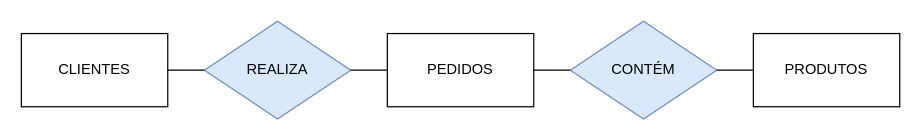
Before: Diagrama sem nome.drawio in gitsamara/exercicios-bd-relacional, a draw.io diagram. Source tidied: cells renumbered, new cells numbered last; positions are measured from the earlier drawing's top-left corner, leaving out a move shared by most shapes. Both pictures are drawn from the tidied source at 122%, with x=0, y=0 at pixel (21, 21).
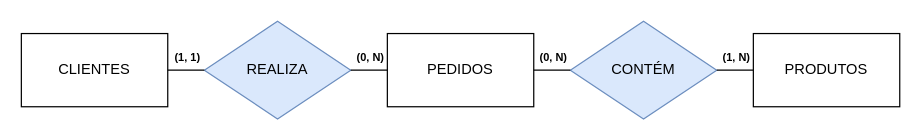
After the change.

Change to the diagram source:
```diff
@@
 <mxGraphModel>
   <root>
     <mxCell id="0" />
     <mxCell id="1" parent="0" />
     <mxCell id="2" value="CLIENTES" style="rounded=0;whiteSpace=wrap;html=1;" parent="1" vertex="1">
       <mxGeometry y="10" width="120" height="60" as="geometry" />
     </mxCell>
     <mxCell id="3" value="PRODUTOS" style="rounded=0;whiteSpace=wrap;html=1;" parent="1" vertex="1">
       <mxGeometry x="600" y="10" width="120" height="60" as="geometry" />
     </mxCell>
     <mxCell id="4" value="CONTÉM" style="rhombus;whiteSpace=wrap;html=1;fillColor=#dae8fc;strokeColor=#6c8ebf;" parent="1" vertex="1">
       <mxGeometry x="450" width="120" height="80" as="geometry" />
     </mxCell>
     <mxCell id="5" value="PEDIDOS" style="rounded=0;whiteSpace=wrap;html=1;" parent="1" vertex="1">
       <mxGeometry x="300" y="10" width="120" height="60" as="geometry" />
     </mxCell>
     <mxCell id="6" value="REALIZA" style="rhombus;whiteSpace=wrap;html=1;fillColor=#dae8fc;strokeColor=#6c8ebf;" parent="1" vertex="1">
       <mxGeometry x="150" width="120" height="80" as="geometry" />
     </mxCell>
     <mxCell id="7" style="endArrow=none;html=1;rounded=0;exitX=1;exitY=0.5;exitDx=0;exitDy=0;entryX=0;entryY=0.5;entryDx=0;entryDy=0;" parent="1" edge="1" source="2" target="6">
       <mxGeometry relative="1" as="geometry" />
     </mxCell>
     <mxCell id="8" style="endArrow=none;html=1;rounded=0;exitX=1;exitY=0.5;exitDx=0;exitDy=0;entryX=0;entryY=0.5;entryDx=0;entryDy=0;" parent="1" edge="1" source="6" target="5">
       <mxGeometry relative="1" as="geometry" />
     </mxCell>
     <mxCell id="9" style="endArrow=none;html=1;rounded=0;exitX=1;exitY=0.5;exitDx=0;exitDy=0;entryX=0;entryY=0.5;entryDx=0;entryDy=0;" parent="1" edge="1" source="5" target="4">
       <mxGeometry relative="1" as="geometry" />
     </mxCell>
     <mxCell id="10" style="endArrow=none;html=1;rounded=0;exitX=1;exitY=0.5;exitDx=0;exitDy=0;entryX=0;entryY=0.5;entryDx=0;entryDy=0;" parent="1" edge="1" source="4" target="3">
       <mxGeometry relative="1" as="geometry" />
     </mxCell>
+    <mxCell id="11" value="(1, 1)" style="text;align=center;fontStyle=1;verticalAlign=middle;spacingLeft=3;spacingRight=3;strokeColor=none;html=1;fontSize=9;" parent="1" vertex="1">
+      <mxGeometry x="106" y="20" width="60" height="20" as="geometry" />
+    </mxCell>
+    <mxCell id="12" value="(0, N)" style="text;align=center;fontStyle=1;verticalAlign=middle;spacingLeft=3;spacingRight=3;strokeColor=none;html=1;fontSize=9;" parent="1" vertex="1">
+      <mxGeometry x="256" y="20" width="60" height="20" as="geometry" />
+    </mxCell>
+    <mxCell id="13" value="(0, N)" style="text;align=center;fontStyle=1;verticalAlign=middle;spacingLeft=3;spacingRight=3;strokeColor=none;html=1;fontSize=9;" parent="1" vertex="1">
+      <mxGeometry x="406" y="20" width="60" height="20" as="geometry" />
+    </mxCell>
+    <mxCell id="14" value="(1, N)" style="text;align=center;fontStyle=1;verticalAlign=middle;spacingLeft=3;spacingRight=3;strokeColor=none;html=1;fontSize=9;" parent="1" vertex="1">
+      <mxGeometry x="556" y="20" width="60" height="20" as="geometry" />
+    </mxCell>
   </root>
 </mxGraphModel>
```
